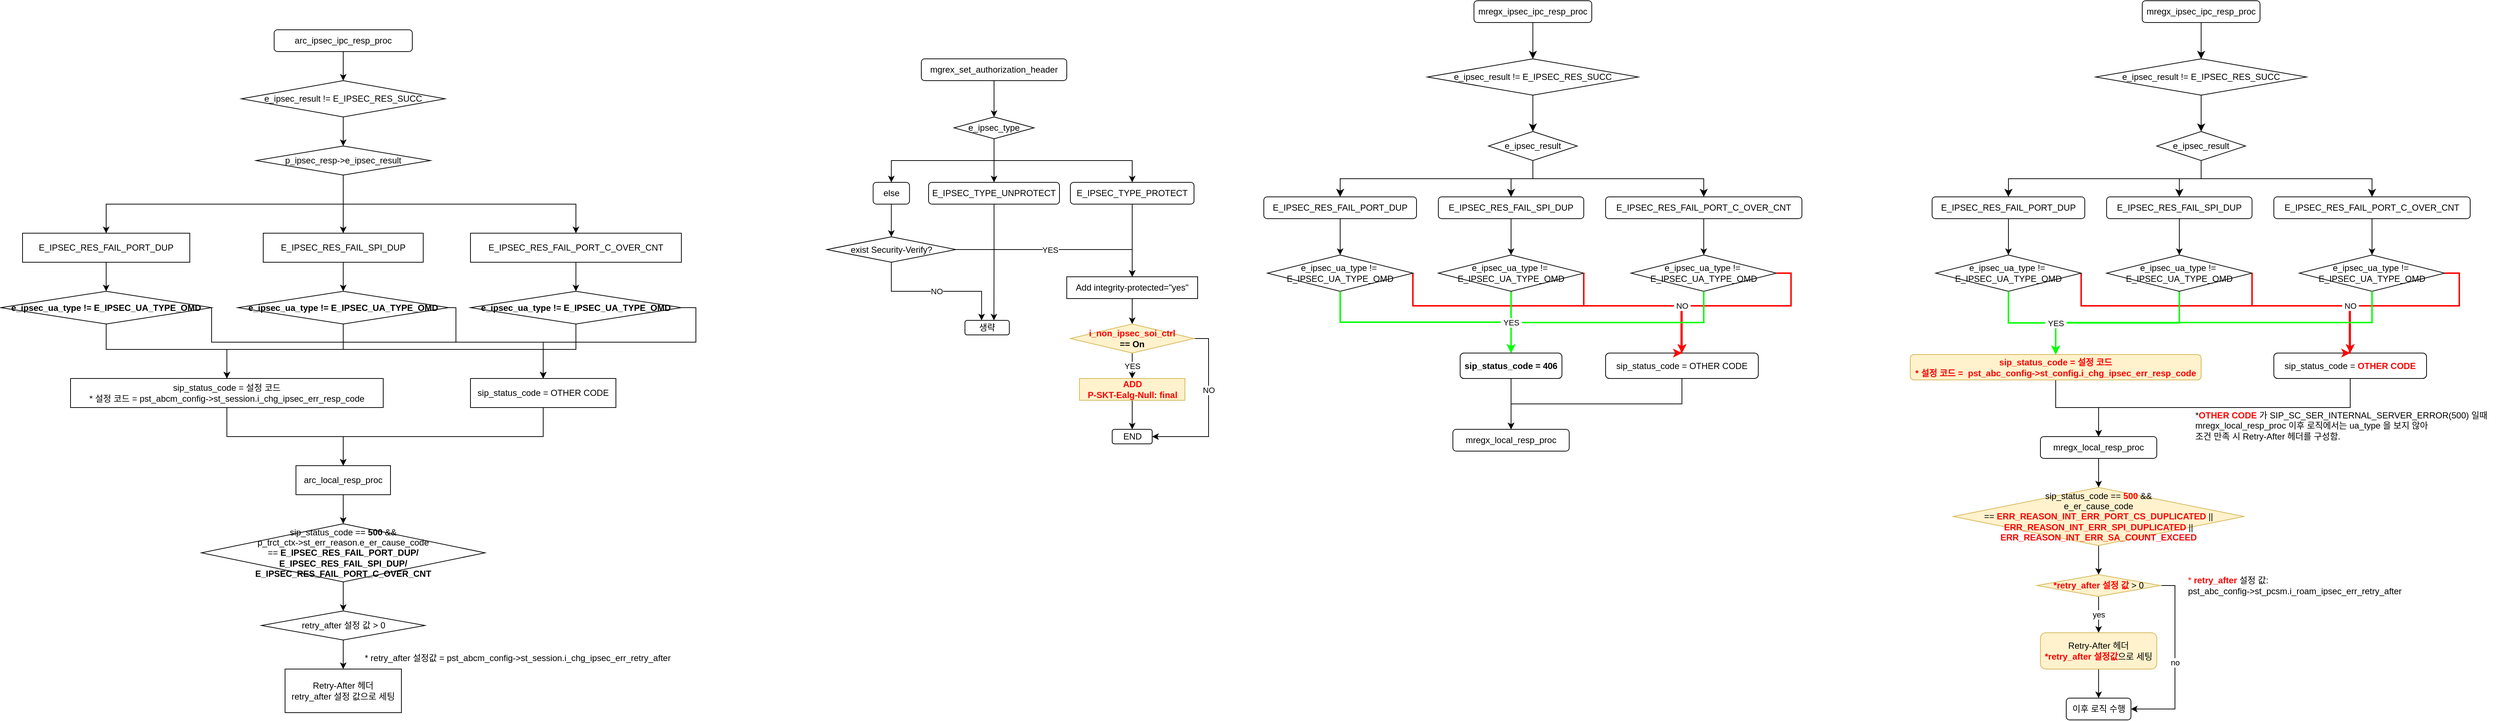
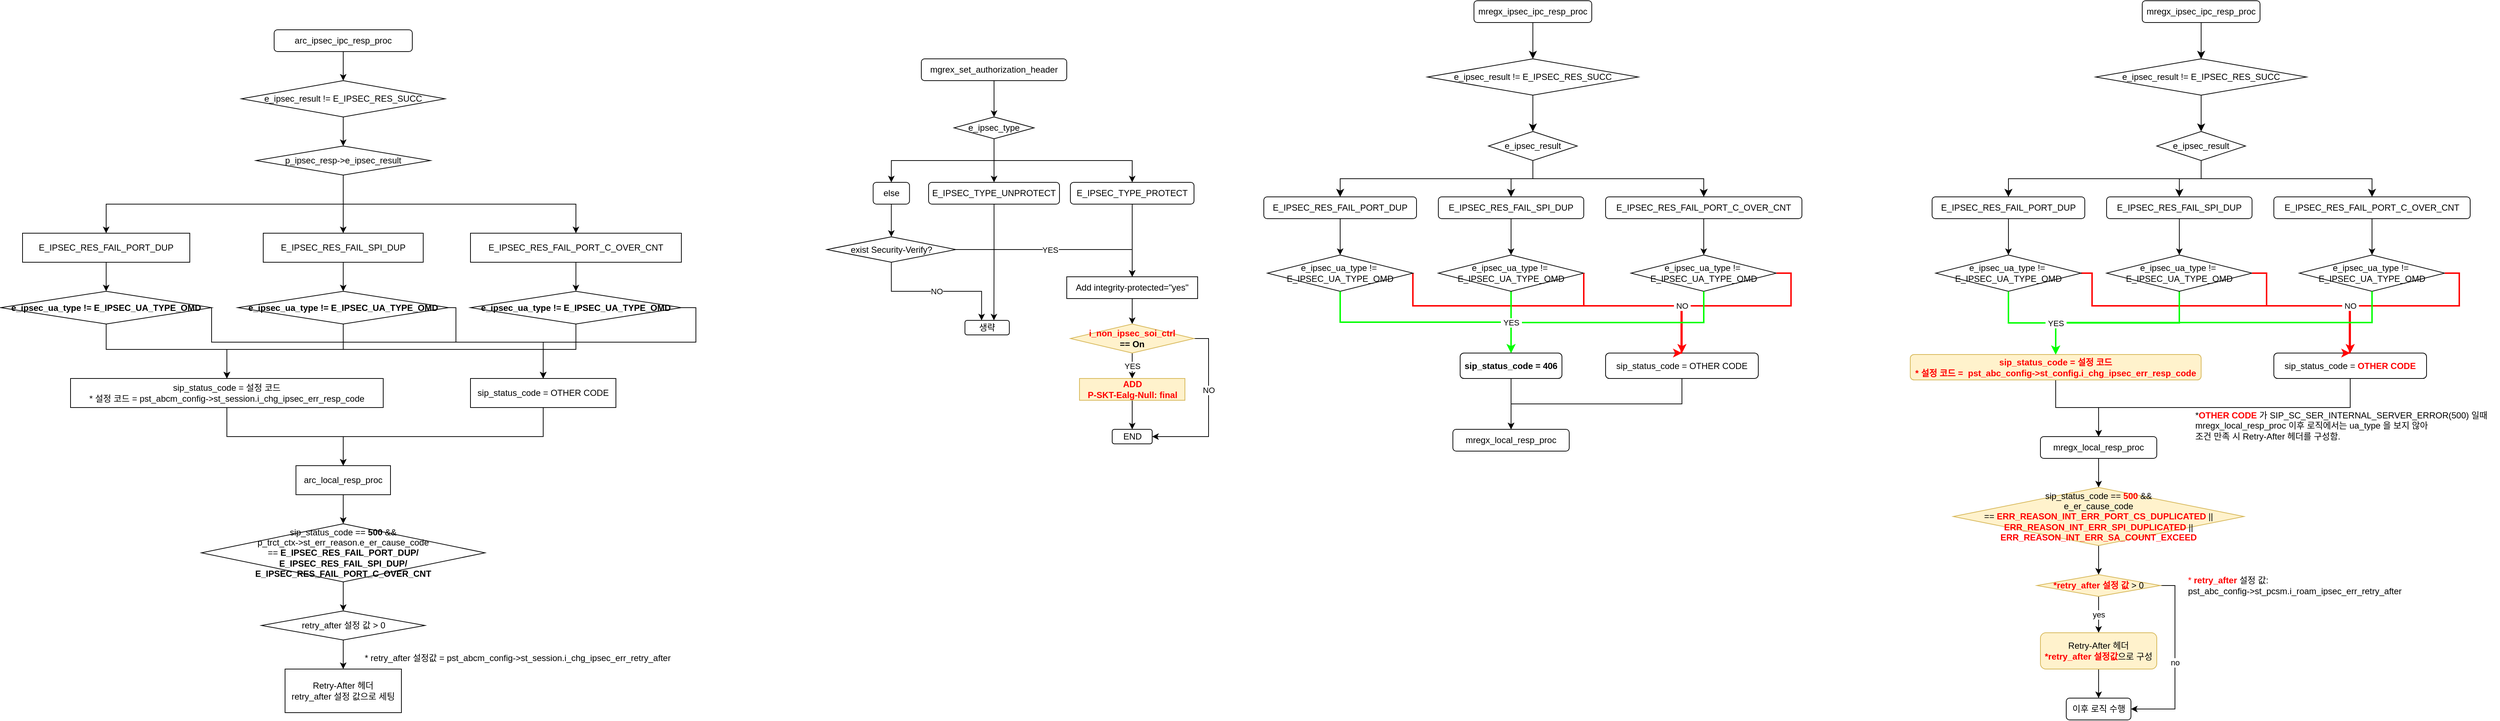
<mxfile host="app.diagrams.net">
  <diagram name="페이지-1" id="m8fQX8wD3sIqdr1Rjxz5">
-     <mxGraphModel dx="2057" dy="646" grid="1" gridSize="10" guides="1" tooltips="1" connect="1" arrows="1" fold="1" page="1" pageScale="1" pageWidth="827" pageHeight="1169" math="0" shadow="0">
+     <mxGraphModel dx="2064" dy="874" grid="0" gridSize="10" guides="1" tooltips="1" connect="1" arrows="1" fold="1" page="0" pageScale="1" pageWidth="827" pageHeight="1169" math="0" shadow="0">
      <root>
        <mxCell id="0" />
        <mxCell id="1" parent="0" />
        <mxCell id="ojS5_yHJFsPbv8XDm5Tb-1" edge="1" parent="1" source="ojS5_yHJFsPbv8XDm5Tb-2" style="edgeStyle=orthogonalEdgeStyle;rounded=0;orthogonalLoop=1;jettySize=auto;html=1;exitX=0.5;exitY=1;exitDx=0;exitDy=0;entryX=0.5;entryY=0;entryDx=0;entryDy=0;labelBackgroundColor=none;fontColor=default;" target="ojS5_yHJFsPbv8XDm5Tb-4">
          <mxGeometry relative="1" as="geometry" />
        </mxCell>
        <mxCell id="ojS5_yHJFsPbv8XDm5Tb-2" parent="1" style="rounded=1;whiteSpace=wrap;html=1;labelBackgroundColor=none;" value="arc_ipsec_ipc_resp_proc" vertex="1">
          <mxGeometry height="30" width="190" x="350" y="120" as="geometry" />
        </mxCell>
        <mxCell id="ojS5_yHJFsPbv8XDm5Tb-3" edge="1" parent="1" source="ojS5_yHJFsPbv8XDm5Tb-4" style="edgeStyle=orthogonalEdgeStyle;rounded=0;orthogonalLoop=1;jettySize=auto;html=1;exitX=0.5;exitY=1;exitDx=0;exitDy=0;entryX=0.5;entryY=0;entryDx=0;entryDy=0;labelBackgroundColor=none;fontColor=default;" target="ojS5_yHJFsPbv8XDm5Tb-8">
          <mxGeometry relative="1" as="geometry" />
        </mxCell>
        <mxCell id="ojS5_yHJFsPbv8XDm5Tb-4" parent="1" style="rhombus;whiteSpace=wrap;html=1;labelBackgroundColor=none;" value="e_ipsec_result != E_IPSEC_RES_SUCC" vertex="1">
          <mxGeometry height="50" width="280" x="305" y="190" as="geometry" />
        </mxCell>
        <mxCell id="ojS5_yHJFsPbv8XDm5Tb-5" edge="1" parent="1" source="ojS5_yHJFsPbv8XDm5Tb-8" style="edgeStyle=orthogonalEdgeStyle;rounded=0;orthogonalLoop=1;jettySize=auto;html=1;exitX=0.5;exitY=1;exitDx=0;exitDy=0;entryX=0.5;entryY=0;entryDx=0;entryDy=0;labelBackgroundColor=none;fontColor=default;" target="ojS5_yHJFsPbv8XDm5Tb-10">
          <mxGeometry relative="1" as="geometry" />
        </mxCell>
        <mxCell id="ojS5_yHJFsPbv8XDm5Tb-6" edge="1" parent="1" source="ojS5_yHJFsPbv8XDm5Tb-8" style="edgeStyle=orthogonalEdgeStyle;rounded=0;orthogonalLoop=1;jettySize=auto;html=1;exitX=0.5;exitY=1;exitDx=0;exitDy=0;entryX=0.5;entryY=0;entryDx=0;entryDy=0;labelBackgroundColor=none;fontColor=default;" target="ojS5_yHJFsPbv8XDm5Tb-12">
          <mxGeometry relative="1" as="geometry" />
        </mxCell>
        <mxCell id="ojS5_yHJFsPbv8XDm5Tb-7" edge="1" parent="1" source="ojS5_yHJFsPbv8XDm5Tb-8" style="edgeStyle=orthogonalEdgeStyle;rounded=0;orthogonalLoop=1;jettySize=auto;html=1;exitX=0.5;exitY=1;exitDx=0;exitDy=0;entryX=0.5;entryY=0;entryDx=0;entryDy=0;labelBackgroundColor=none;fontColor=default;" target="ojS5_yHJFsPbv8XDm5Tb-14">
          <mxGeometry relative="1" as="geometry" />
        </mxCell>
        <mxCell id="ojS5_yHJFsPbv8XDm5Tb-8" parent="1" style="rhombus;whiteSpace=wrap;html=1;labelBackgroundColor=none;" value="p_ipsec_resp-&amp;gt;e_ipsec_result" vertex="1">
          <mxGeometry height="40" width="240" x="325" y="280" as="geometry" />
        </mxCell>
        <mxCell id="ojS5_yHJFsPbv8XDm5Tb-9" edge="1" parent="1" source="ojS5_yHJFsPbv8XDm5Tb-10" style="edgeStyle=orthogonalEdgeStyle;rounded=0;orthogonalLoop=1;jettySize=auto;html=1;exitX=0.5;exitY=1;exitDx=0;exitDy=0;entryX=0.5;entryY=0;entryDx=0;entryDy=0;labelBackgroundColor=none;fontColor=default;" target="ojS5_yHJFsPbv8XDm5Tb-17">
          <mxGeometry relative="1" as="geometry" />
        </mxCell>
        <mxCell id="ojS5_yHJFsPbv8XDm5Tb-10" parent="1" style="rounded=0;whiteSpace=wrap;html=1;labelBackgroundColor=none;" value="E_IPSEC_RES_FAIL_PORT_DUP" vertex="1">
          <mxGeometry height="40" width="230" x="4" y="400" as="geometry" />
        </mxCell>
        <mxCell id="ojS5_yHJFsPbv8XDm5Tb-11" edge="1" parent="1" source="ojS5_yHJFsPbv8XDm5Tb-12" style="edgeStyle=orthogonalEdgeStyle;rounded=0;orthogonalLoop=1;jettySize=auto;html=1;exitX=0.5;exitY=1;exitDx=0;exitDy=0;entryX=0.5;entryY=0;entryDx=0;entryDy=0;labelBackgroundColor=none;fontColor=default;" target="ojS5_yHJFsPbv8XDm5Tb-20">
          <mxGeometry relative="1" as="geometry" />
        </mxCell>
        <mxCell id="ojS5_yHJFsPbv8XDm5Tb-12" parent="1" style="rounded=0;whiteSpace=wrap;html=1;labelBackgroundColor=none;" value="E_IPSEC_RES_FAIL_SPI_DUP" vertex="1">
          <mxGeometry height="40" width="220" x="335" y="400" as="geometry" />
        </mxCell>
        <mxCell id="ojS5_yHJFsPbv8XDm5Tb-13" edge="1" parent="1" source="ojS5_yHJFsPbv8XDm5Tb-14" style="edgeStyle=orthogonalEdgeStyle;rounded=0;orthogonalLoop=1;jettySize=auto;html=1;exitX=0.5;exitY=1;exitDx=0;exitDy=0;entryX=0.5;entryY=0;entryDx=0;entryDy=0;labelBackgroundColor=none;fontColor=default;" target="ojS5_yHJFsPbv8XDm5Tb-23">
          <mxGeometry relative="1" as="geometry" />
        </mxCell>
        <mxCell id="ojS5_yHJFsPbv8XDm5Tb-14" parent="1" style="rounded=0;whiteSpace=wrap;html=1;labelBackgroundColor=none;" value="E_IPSEC_RES_FAIL_PORT_C_OVER_CNT" vertex="1">
          <mxGeometry height="40" width="290" x="620" y="400" as="geometry" />
        </mxCell>
        <mxCell id="ojS5_yHJFsPbv8XDm5Tb-15" edge="1" parent="1" source="ojS5_yHJFsPbv8XDm5Tb-17" style="edgeStyle=orthogonalEdgeStyle;rounded=0;orthogonalLoop=1;jettySize=auto;html=1;exitX=1;exitY=0.5;exitDx=0;exitDy=0;entryX=0.5;entryY=0;entryDx=0;entryDy=0;labelBackgroundColor=none;fontColor=default;" target="ojS5_yHJFsPbv8XDm5Tb-27">
          <mxGeometry relative="1" as="geometry">
            <Array as="points">
              <mxPoint x="264" y="550" />
              <mxPoint x="720" y="550" />
            </Array>
          </mxGeometry>
        </mxCell>
        <mxCell id="ojS5_yHJFsPbv8XDm5Tb-16" edge="1" parent="1" source="ojS5_yHJFsPbv8XDm5Tb-17" style="edgeStyle=orthogonalEdgeStyle;rounded=0;orthogonalLoop=1;jettySize=auto;html=1;exitX=0.5;exitY=1;exitDx=0;exitDy=0;entryX=0.5;entryY=0;entryDx=0;entryDy=0;labelBackgroundColor=none;fontColor=default;" target="ojS5_yHJFsPbv8XDm5Tb-25">
          <mxGeometry relative="1" as="geometry">
            <Array as="points">
              <mxPoint x="119" y="560" />
              <mxPoint x="285" y="560" />
            </Array>
          </mxGeometry>
        </mxCell>
        <mxCell id="ojS5_yHJFsPbv8XDm5Tb-17" parent="1" style="rhombus;whiteSpace=wrap;html=1;labelBackgroundColor=none;" value="&lt;b&gt;e_ipsec_ua_type != E_IPSEC_UA_TYPE_OMD&lt;/b&gt;" vertex="1">
          <mxGeometry height="45" width="290" x="-26" y="480" as="geometry" />
        </mxCell>
        <mxCell id="ojS5_yHJFsPbv8XDm5Tb-18" edge="1" parent="1" source="ojS5_yHJFsPbv8XDm5Tb-20" style="edgeStyle=orthogonalEdgeStyle;rounded=0;orthogonalLoop=1;jettySize=auto;html=1;exitX=1;exitY=0.5;exitDx=0;exitDy=0;entryX=0.5;entryY=0;entryDx=0;entryDy=0;labelBackgroundColor=none;fontColor=default;" target="ojS5_yHJFsPbv8XDm5Tb-27">
          <mxGeometry relative="1" as="geometry">
            <Array as="points">
              <mxPoint x="600" y="503" />
              <mxPoint x="600" y="550" />
              <mxPoint x="720" y="550" />
            </Array>
          </mxGeometry>
        </mxCell>
        <mxCell id="ojS5_yHJFsPbv8XDm5Tb-19" edge="1" parent="1" source="ojS5_yHJFsPbv8XDm5Tb-20" style="edgeStyle=orthogonalEdgeStyle;rounded=0;orthogonalLoop=1;jettySize=auto;html=1;exitX=0.5;exitY=1;exitDx=0;exitDy=0;entryX=0.5;entryY=0;entryDx=0;entryDy=0;labelBackgroundColor=none;fontColor=default;" target="ojS5_yHJFsPbv8XDm5Tb-25">
          <mxGeometry relative="1" as="geometry">
            <Array as="points">
              <mxPoint x="445" y="560" />
              <mxPoint x="285" y="560" />
            </Array>
          </mxGeometry>
        </mxCell>
        <mxCell id="ojS5_yHJFsPbv8XDm5Tb-20" parent="1" style="rhombus;whiteSpace=wrap;html=1;labelBackgroundColor=none;" value="&lt;b&gt;e_ipsec_ua_type != E_IPSEC_UA_TYPE_OMD&lt;/b&gt;" vertex="1">
          <mxGeometry height="45" width="290" x="300" y="480" as="geometry" />
        </mxCell>
        <mxCell id="ojS5_yHJFsPbv8XDm5Tb-21" edge="1" parent="1" source="ojS5_yHJFsPbv8XDm5Tb-23" style="edgeStyle=orthogonalEdgeStyle;rounded=0;orthogonalLoop=1;jettySize=auto;html=1;exitX=1;exitY=0.5;exitDx=0;exitDy=0;entryX=0.5;entryY=0;entryDx=0;entryDy=0;labelBackgroundColor=none;fontColor=default;" target="ojS5_yHJFsPbv8XDm5Tb-27">
          <mxGeometry relative="1" as="geometry">
            <Array as="points">
              <mxPoint x="930" y="503" />
              <mxPoint x="930" y="550" />
              <mxPoint x="720" y="550" />
            </Array>
          </mxGeometry>
        </mxCell>
        <mxCell id="ojS5_yHJFsPbv8XDm5Tb-22" edge="1" parent="1" source="ojS5_yHJFsPbv8XDm5Tb-23" style="edgeStyle=orthogonalEdgeStyle;rounded=0;orthogonalLoop=1;jettySize=auto;html=1;exitX=0.5;exitY=1;exitDx=0;exitDy=0;entryX=0.5;entryY=0;entryDx=0;entryDy=0;labelBackgroundColor=none;fontColor=default;" target="ojS5_yHJFsPbv8XDm5Tb-25">
          <mxGeometry relative="1" as="geometry">
            <Array as="points">
              <mxPoint x="765" y="560" />
              <mxPoint x="285" y="560" />
            </Array>
          </mxGeometry>
        </mxCell>
        <mxCell id="ojS5_yHJFsPbv8XDm5Tb-23" parent="1" style="rhombus;whiteSpace=wrap;html=1;labelBackgroundColor=none;" value="&lt;b&gt;e_ipsec_ua_type != E_IPSEC_UA_TYPE_OMD&lt;/b&gt;" vertex="1">
          <mxGeometry height="45" width="290" x="620" y="480" as="geometry" />
        </mxCell>
        <mxCell id="ojS5_yHJFsPbv8XDm5Tb-24" edge="1" parent="1" source="ojS5_yHJFsPbv8XDm5Tb-25" style="edgeStyle=orthogonalEdgeStyle;rounded=0;orthogonalLoop=1;jettySize=auto;html=1;exitX=0.5;exitY=1;exitDx=0;exitDy=0;entryX=0.5;entryY=0;entryDx=0;entryDy=0;labelBackgroundColor=none;fontColor=default;" target="ojS5_yHJFsPbv8XDm5Tb-29">
          <mxGeometry relative="1" as="geometry" />
        </mxCell>
        <mxCell id="ojS5_yHJFsPbv8XDm5Tb-25" parent="1" style="rounded=0;whiteSpace=wrap;html=1;labelBackgroundColor=none;" value="sip_status_code = 설정 코드&lt;div&gt;* 설정 코드 = pst_abcm_config-&amp;gt;st_session.i_chg_ipsec_err_resp_code&lt;/div&gt;" vertex="1">
          <mxGeometry height="40" width="430" x="70" y="600" as="geometry" />
        </mxCell>
        <mxCell id="ojS5_yHJFsPbv8XDm5Tb-26" edge="1" parent="1" source="ojS5_yHJFsPbv8XDm5Tb-27" style="edgeStyle=orthogonalEdgeStyle;rounded=0;orthogonalLoop=1;jettySize=auto;html=1;exitX=0.5;exitY=1;exitDx=0;exitDy=0;entryX=0.5;entryY=0;entryDx=0;entryDy=0;labelBackgroundColor=none;fontColor=default;" target="ojS5_yHJFsPbv8XDm5Tb-29">
          <mxGeometry relative="1" as="geometry" />
        </mxCell>
        <mxCell id="ojS5_yHJFsPbv8XDm5Tb-27" parent="1" style="rounded=0;whiteSpace=wrap;html=1;labelBackgroundColor=none;" value="sip_status_code = OTHER CODE" vertex="1">
          <mxGeometry height="40" width="200" x="620" y="600" as="geometry" />
        </mxCell>
        <mxCell id="ojS5_yHJFsPbv8XDm5Tb-28" edge="1" parent="1" source="ojS5_yHJFsPbv8XDm5Tb-29" style="edgeStyle=orthogonalEdgeStyle;rounded=0;orthogonalLoop=1;jettySize=auto;html=1;exitX=0.5;exitY=1;exitDx=0;exitDy=0;entryX=0.5;entryY=0;entryDx=0;entryDy=0;labelBackgroundColor=none;fontColor=default;" target="ojS5_yHJFsPbv8XDm5Tb-31">
          <mxGeometry relative="1" as="geometry" />
        </mxCell>
        <mxCell id="ojS5_yHJFsPbv8XDm5Tb-29" parent="1" style="rounded=0;whiteSpace=wrap;html=1;labelBackgroundColor=none;" value="arc_local_resp_proc" vertex="1">
          <mxGeometry height="40" width="130" x="380" y="720" as="geometry" />
        </mxCell>
        <mxCell id="ojS5_yHJFsPbv8XDm5Tb-30" edge="1" parent="1" source="ojS5_yHJFsPbv8XDm5Tb-31" style="edgeStyle=orthogonalEdgeStyle;rounded=0;orthogonalLoop=1;jettySize=auto;html=1;exitX=0.5;exitY=1;exitDx=0;exitDy=0;entryX=0.5;entryY=0;entryDx=0;entryDy=0;labelBackgroundColor=none;fontColor=default;" target="ojS5_yHJFsPbv8XDm5Tb-33">
          <mxGeometry relative="1" as="geometry" />
        </mxCell>
        <mxCell id="ojS5_yHJFsPbv8XDm5Tb-31" parent="1" style="rhombus;whiteSpace=wrap;html=1;labelBackgroundColor=none;" value="sip_status_code == &lt;b&gt;500&lt;/b&gt; &amp;amp;&amp;amp;&lt;div&gt;p_trct_ctx-&amp;gt;st_err_reason.e_er_cause_code ==&amp;nbsp;&lt;span style=&quot;background-color: transparent; color: light-dark(rgb(0, 0, 0), rgb(255, 255, 255));&quot;&gt;&lt;b&gt;E_IPSEC_RES_FAIL_PORT_DUP/&lt;/b&gt;&lt;/span&gt;&lt;/div&gt;&lt;div&gt;&lt;b&gt;E_IPSEC_RES_FAIL_SPI_DUP/&lt;span style=&quot;background-color: transparent; color: light-dark(rgb(0, 0, 0), rgb(255, 255, 255));&quot;&gt;&lt;/span&gt;&lt;/b&gt;&lt;/div&gt;&lt;div&gt;&lt;b&gt;E_IPSEC_RES_FAIL_PORT_C_OVER_CNT&lt;/b&gt;&lt;/div&gt;" vertex="1">
          <mxGeometry height="80" width="390" x="250" y="800" as="geometry" />
        </mxCell>
        <mxCell id="ojS5_yHJFsPbv8XDm5Tb-32" edge="1" parent="1" source="ojS5_yHJFsPbv8XDm5Tb-33" style="edgeStyle=orthogonalEdgeStyle;rounded=0;orthogonalLoop=1;jettySize=auto;html=1;exitX=0.5;exitY=1;exitDx=0;exitDy=0;entryX=0.5;entryY=0;entryDx=0;entryDy=0;labelBackgroundColor=none;fontColor=default;" target="ojS5_yHJFsPbv8XDm5Tb-35">
          <mxGeometry relative="1" as="geometry" />
        </mxCell>
        <mxCell id="ojS5_yHJFsPbv8XDm5Tb-33" parent="1" style="rhombus;whiteSpace=wrap;html=1;labelBackgroundColor=none;" value="retry_after 설정 값 &amp;gt; 0" vertex="1">
          <mxGeometry height="40" width="225" x="332.5" y="920" as="geometry" />
        </mxCell>
        <mxCell id="ojS5_yHJFsPbv8XDm5Tb-34" parent="1" style="text;html=1;whiteSpace=wrap;strokeColor=none;fillColor=none;align=center;verticalAlign=middle;rounded=0;labelBackgroundColor=none;" value="* retry_after 설정값 =&amp;nbsp;pst_abcm_config-&amp;gt;st_session.i_chg_ipsec_err_retry_after" vertex="1">
          <mxGeometry height="30" width="450" x="460" y="970" as="geometry" />
        </mxCell>
        <mxCell id="ojS5_yHJFsPbv8XDm5Tb-35" parent="1" style="rounded=0;whiteSpace=wrap;html=1;labelBackgroundColor=none;" value="Retry-After 헤더&lt;div&gt;retry_after 설정 값으로 세팅&lt;/div&gt;" vertex="1">
          <mxGeometry height="60" width="160" x="365" y="1000" as="geometry" />
        </mxCell>
        <mxCell id="ojS5_yHJFsPbv8XDm5Tb-36" edge="1" parent="1" source="ojS5_yHJFsPbv8XDm5Tb-37" style="edgeStyle=orthogonalEdgeStyle;rounded=0;orthogonalLoop=1;jettySize=auto;html=1;exitX=0.5;exitY=1;exitDx=0;exitDy=0;entryX=0.5;entryY=0;entryDx=0;entryDy=0;labelBackgroundColor=none;fontColor=default;" target="ojS5_yHJFsPbv8XDm5Tb-41">
          <mxGeometry relative="1" as="geometry" />
        </mxCell>
        <mxCell id="ojS5_yHJFsPbv8XDm5Tb-37" parent="1" style="rounded=1;whiteSpace=wrap;html=1;labelBackgroundColor=none;" value="mgrex_set_authorization_header" vertex="1">
          <mxGeometry height="30" width="200" x="1240" y="160" as="geometry" />
        </mxCell>
        <mxCell id="ojS5_yHJFsPbv8XDm5Tb-38" edge="1" parent="1" source="ojS5_yHJFsPbv8XDm5Tb-41" style="edgeStyle=orthogonalEdgeStyle;rounded=0;orthogonalLoop=1;jettySize=auto;html=1;exitX=0.5;exitY=1;exitDx=0;exitDy=0;entryX=0.5;entryY=0;entryDx=0;entryDy=0;labelBackgroundColor=none;fontColor=default;" target="ojS5_yHJFsPbv8XDm5Tb-43">
          <mxGeometry relative="1" as="geometry" />
        </mxCell>
        <mxCell id="ojS5_yHJFsPbv8XDm5Tb-39" edge="1" parent="1" source="ojS5_yHJFsPbv8XDm5Tb-41" style="edgeStyle=orthogonalEdgeStyle;rounded=0;orthogonalLoop=1;jettySize=auto;html=1;exitX=0.5;exitY=1;exitDx=0;exitDy=0;entryX=0.5;entryY=0;entryDx=0;entryDy=0;labelBackgroundColor=none;fontColor=default;" target="ojS5_yHJFsPbv8XDm5Tb-45">
          <mxGeometry relative="1" as="geometry" />
        </mxCell>
        <mxCell id="ojS5_yHJFsPbv8XDm5Tb-40" edge="1" parent="1" source="ojS5_yHJFsPbv8XDm5Tb-41" style="edgeStyle=orthogonalEdgeStyle;rounded=0;orthogonalLoop=1;jettySize=auto;html=1;exitX=0.5;exitY=1;exitDx=0;exitDy=0;entryX=0.5;entryY=0;entryDx=0;entryDy=0;labelBackgroundColor=none;fontColor=default;" target="ojS5_yHJFsPbv8XDm5Tb-47">
          <mxGeometry relative="1" as="geometry" />
        </mxCell>
        <mxCell id="ojS5_yHJFsPbv8XDm5Tb-41" parent="1" style="rhombus;whiteSpace=wrap;html=1;labelBackgroundColor=none;" value="e_ipsec_type" vertex="1">
          <mxGeometry height="30" width="110" x="1285" y="240" as="geometry" />
        </mxCell>
        <mxCell id="ojS5_yHJFsPbv8XDm5Tb-42" edge="1" parent="1" source="ojS5_yHJFsPbv8XDm5Tb-43" style="edgeStyle=orthogonalEdgeStyle;rounded=0;orthogonalLoop=1;jettySize=auto;html=1;exitX=0.5;exitY=1;exitDx=0;exitDy=0;entryX=0.5;entryY=0;entryDx=0;entryDy=0;labelBackgroundColor=none;fontColor=default;" target="ojS5_yHJFsPbv8XDm5Tb-49">
          <mxGeometry relative="1" as="geometry" />
        </mxCell>
        <mxCell id="ojS5_yHJFsPbv8XDm5Tb-43" parent="1" style="rounded=1;whiteSpace=wrap;html=1;labelBackgroundColor=none;" value="E_IPSEC_TYPE_PROTECT" vertex="1">
          <mxGeometry height="30" width="170" x="1445" y="330" as="geometry" />
        </mxCell>
        <mxCell id="ojS5_yHJFsPbv8XDm5Tb-44" edge="1" parent="1" source="ojS5_yHJFsPbv8XDm5Tb-45" style="edgeStyle=orthogonalEdgeStyle;rounded=0;orthogonalLoop=1;jettySize=auto;html=1;exitX=0.5;exitY=1;exitDx=0;exitDy=0;entryX=0.653;entryY=0.002;entryDx=0;entryDy=0;entryPerimeter=0;" target="ojS5_yHJFsPbv8XDm5Tb-59">
          <mxGeometry relative="1" as="geometry">
            <mxPoint x="1339.9411764705883" y="520" as="targetPoint" />
          </mxGeometry>
        </mxCell>
        <mxCell id="ojS5_yHJFsPbv8XDm5Tb-45" parent="1" style="rounded=1;whiteSpace=wrap;html=1;labelBackgroundColor=none;" value="E_IPSEC_TYPE_UNPROTECT" vertex="1">
          <mxGeometry height="30" width="180" x="1250" y="330" as="geometry" />
        </mxCell>
        <mxCell id="ojS5_yHJFsPbv8XDm5Tb-46" edge="1" parent="1" source="ojS5_yHJFsPbv8XDm5Tb-47" style="edgeStyle=orthogonalEdgeStyle;rounded=0;orthogonalLoop=1;jettySize=auto;html=1;exitX=0.5;exitY=1;exitDx=0;exitDy=0;entryX=0.5;entryY=0;entryDx=0;entryDy=0;" target="ojS5_yHJFsPbv8XDm5Tb-58">
          <mxGeometry relative="1" as="geometry" />
        </mxCell>
        <mxCell id="ojS5_yHJFsPbv8XDm5Tb-47" parent="1" style="rounded=1;whiteSpace=wrap;html=1;labelBackgroundColor=none;" value="else" vertex="1">
          <mxGeometry height="30" width="50" x="1173.75" y="330" as="geometry" />
        </mxCell>
        <mxCell id="ojS5_yHJFsPbv8XDm5Tb-48" edge="1" parent="1" source="ojS5_yHJFsPbv8XDm5Tb-49" style="edgeStyle=orthogonalEdgeStyle;rounded=0;orthogonalLoop=1;jettySize=auto;html=1;exitX=0.5;exitY=1;exitDx=0;exitDy=0;entryX=0.5;entryY=0;entryDx=0;entryDy=0;" target="ojS5_yHJFsPbv8XDm5Tb-52">
          <mxGeometry relative="1" as="geometry" />
        </mxCell>
        <mxCell id="ojS5_yHJFsPbv8XDm5Tb-49" parent="1" style="rounded=0;whiteSpace=wrap;html=1;labelBackgroundColor=none;" value="Add integrity-protected=&quot;yes&quot;" vertex="1">
          <mxGeometry height="30" width="180" x="1440" y="460" as="geometry" />
        </mxCell>
        <mxCell id="ojS5_yHJFsPbv8XDm5Tb-50" edge="1" parent="1" source="ojS5_yHJFsPbv8XDm5Tb-52" style="edgeStyle=orthogonalEdgeStyle;rounded=0;orthogonalLoop=1;jettySize=auto;html=1;exitX=0.5;exitY=1;exitDx=0;exitDy=0;entryX=0.5;entryY=0;entryDx=0;entryDy=0;" target="ojS5_yHJFsPbv8XDm5Tb-54" value="YES">
          <mxGeometry relative="1" as="geometry" />
        </mxCell>
        <mxCell id="ojS5_yHJFsPbv8XDm5Tb-51" edge="1" parent="1" source="ojS5_yHJFsPbv8XDm5Tb-52" style="edgeStyle=orthogonalEdgeStyle;rounded=0;orthogonalLoop=1;jettySize=auto;html=1;exitX=1;exitY=0.5;exitDx=0;exitDy=0;entryX=1;entryY=0.5;entryDx=0;entryDy=0;" target="ojS5_yHJFsPbv8XDm5Tb-55" value="NO">
          <mxGeometry relative="1" x="-0.2233" as="geometry">
            <mxPoint as="offset" />
          </mxGeometry>
        </mxCell>
        <mxCell id="ojS5_yHJFsPbv8XDm5Tb-52" parent="1" style="rhombus;whiteSpace=wrap;html=1;fillColor=#fff2cc;strokeColor=#d6b656;" value="&lt;b&gt;&lt;font style=&quot;color: rgb(255, 0, 0);&quot;&gt;i_non_ipsec_soi_ctrl&lt;/font&gt;&lt;br&gt;== On&lt;/b&gt;" vertex="1">
          <mxGeometry height="40" width="170" x="1445" y="525" as="geometry" />
        </mxCell>
        <mxCell id="ojS5_yHJFsPbv8XDm5Tb-53" edge="1" parent="1" source="ojS5_yHJFsPbv8XDm5Tb-54" style="edgeStyle=orthogonalEdgeStyle;rounded=0;orthogonalLoop=1;jettySize=auto;html=1;exitX=0.5;exitY=1;exitDx=0;exitDy=0;entryX=0.5;entryY=0;entryDx=0;entryDy=0;" target="ojS5_yHJFsPbv8XDm5Tb-55">
          <mxGeometry relative="1" as="geometry" />
        </mxCell>
        <mxCell id="ojS5_yHJFsPbv8XDm5Tb-54" parent="1" style="rounded=0;whiteSpace=wrap;html=1;fillColor=#fff2cc;strokeColor=#d6b656;" value="&lt;b&gt;&lt;font style=&quot;color: rgb(255, 0, 0);&quot;&gt;ADD&lt;/font&gt;&lt;/b&gt;&lt;div&gt;&lt;b&gt;&lt;font style=&quot;color: rgb(255, 0, 0);&quot;&gt;P-SKT-Ealg-Null: final&lt;/font&gt;&lt;/b&gt;&lt;/div&gt;" vertex="1">
          <mxGeometry height="30" width="145" x="1457.5" y="600" as="geometry" />
        </mxCell>
        <mxCell id="ojS5_yHJFsPbv8XDm5Tb-55" parent="1" style="rounded=1;whiteSpace=wrap;html=1;" value="END" vertex="1">
          <mxGeometry height="20" width="55" x="1502.5" y="670" as="geometry" />
        </mxCell>
        <mxCell id="ojS5_yHJFsPbv8XDm5Tb-56" edge="1" parent="1" source="ojS5_yHJFsPbv8XDm5Tb-58" style="edgeStyle=orthogonalEdgeStyle;rounded=0;orthogonalLoop=1;jettySize=auto;html=1;exitX=1;exitY=0.5;exitDx=0;exitDy=0;entryX=0.5;entryY=0;entryDx=0;entryDy=0;" target="ojS5_yHJFsPbv8XDm5Tb-49" value="YES">
          <mxGeometry relative="1" x="-0.0774" as="geometry">
            <mxPoint as="offset" />
          </mxGeometry>
        </mxCell>
        <mxCell id="ojS5_yHJFsPbv8XDm5Tb-57" edge="1" parent="1" source="ojS5_yHJFsPbv8XDm5Tb-58" style="edgeStyle=orthogonalEdgeStyle;rounded=0;orthogonalLoop=1;jettySize=auto;html=1;exitX=0.5;exitY=1;exitDx=0;exitDy=0;entryX=0.375;entryY=-0.001;entryDx=0;entryDy=0;entryPerimeter=0;" target="ojS5_yHJFsPbv8XDm5Tb-59" value="NO">
          <mxGeometry relative="1" as="geometry">
            <mxPoint x="1175.1176470588234" y="520" as="targetPoint" />
          </mxGeometry>
        </mxCell>
        <mxCell id="ojS5_yHJFsPbv8XDm5Tb-58" parent="1" style="rhombus;whiteSpace=wrap;html=1;" value="exist&amp;nbsp;&lt;span style=&quot;background-color: transparent; color: light-dark(rgb(0, 0, 0), rgb(255, 255, 255));&quot;&gt;Security-Verify?&lt;/span&gt;" vertex="1">
          <mxGeometry height="35" width="177.5" x="1110" y="405" as="geometry" />
        </mxCell>
        <mxCell id="ojS5_yHJFsPbv8XDm5Tb-59" parent="1" style="rounded=1;whiteSpace=wrap;html=1;" value="생략" vertex="1">
          <mxGeometry height="20" width="61" x="1300" y="520" as="geometry" />
        </mxCell>
        <mxCell id="v6OCQPZjq4ElUTE85C_Q-3" edge="1" parent="1" source="v6OCQPZjq4ElUTE85C_Q-1" style="edgeStyle=none;curved=1;rounded=0;orthogonalLoop=1;jettySize=auto;html=1;exitX=0.5;exitY=1;exitDx=0;exitDy=0;entryX=0.5;entryY=0;entryDx=0;entryDy=0;fontSize=12;startSize=8;endSize=8;" target="v6OCQPZjq4ElUTE85C_Q-2">
          <mxGeometry relative="1" as="geometry" />
        </mxCell>
        <mxCell id="v6OCQPZjq4ElUTE85C_Q-1" parent="1" style="rounded=1;whiteSpace=wrap;html=1;" value="mregx_ipsec_ipc_resp_proc" vertex="1">
          <mxGeometry height="30" width="162" x="2000" y="80" as="geometry" />
        </mxCell>
        <mxCell id="v6OCQPZjq4ElUTE85C_Q-5" edge="1" parent="1" source="v6OCQPZjq4ElUTE85C_Q-2" style="edgeStyle=none;curved=1;rounded=0;orthogonalLoop=1;jettySize=auto;html=1;exitX=0.5;exitY=1;exitDx=0;exitDy=0;entryX=0.5;entryY=0;entryDx=0;entryDy=0;fontSize=12;startSize=8;endSize=8;" target="v6OCQPZjq4ElUTE85C_Q-4">
          <mxGeometry relative="1" as="geometry" />
        </mxCell>
        <mxCell id="v6OCQPZjq4ElUTE85C_Q-2" parent="1" style="rhombus;whiteSpace=wrap;html=1;" value="e_ipsec_result != E_IPSEC_RES_SUCC" vertex="1">
          <mxGeometry height="50" width="290" x="1936" y="160" as="geometry" />
        </mxCell>
        <mxCell id="v6OCQPZjq4ElUTE85C_Q-12" edge="1" parent="1" source="v6OCQPZjq4ElUTE85C_Q-4" style="edgeStyle=orthogonalEdgeStyle;rounded=0;orthogonalLoop=1;jettySize=auto;html=1;exitX=0.5;exitY=1;exitDx=0;exitDy=0;entryX=0.5;entryY=0;entryDx=0;entryDy=0;fontSize=12;startSize=8;endSize=8;" target="v6OCQPZjq4ElUTE85C_Q-7">
          <mxGeometry relative="1" as="geometry" />
        </mxCell>
        <mxCell id="v6OCQPZjq4ElUTE85C_Q-13" edge="1" parent="1" source="v6OCQPZjq4ElUTE85C_Q-4" style="edgeStyle=orthogonalEdgeStyle;rounded=0;orthogonalLoop=1;jettySize=auto;html=1;exitX=0.5;exitY=1;exitDx=0;exitDy=0;entryX=0.5;entryY=0;entryDx=0;entryDy=0;fontSize=12;startSize=8;endSize=8;" target="v6OCQPZjq4ElUTE85C_Q-8">
          <mxGeometry relative="1" as="geometry" />
        </mxCell>
        <mxCell id="v6OCQPZjq4ElUTE85C_Q-4" parent="1" style="rhombus;whiteSpace=wrap;html=1;" value="e_ipsec_result" vertex="1">
          <mxGeometry height="40" width="122" x="2020" y="260" as="geometry" />
        </mxCell>
        <mxCell id="NGHdp_gngWH9yrq0Q0_0-2" edge="1" parent="1" source="v6OCQPZjq4ElUTE85C_Q-6" style="edgeStyle=orthogonalEdgeStyle;rounded=0;orthogonalLoop=1;jettySize=auto;html=1;exitX=0.5;exitY=1;exitDx=0;exitDy=0;entryX=0.5;entryY=0;entryDx=0;entryDy=0;" target="NGHdp_gngWH9yrq0Q0_0-1">
          <mxGeometry relative="1" as="geometry" />
        </mxCell>
        <mxCell id="v6OCQPZjq4ElUTE85C_Q-6" parent="1" style="rounded=1;whiteSpace=wrap;html=1;" value="E_IPSEC_RES_FAIL_PORT_DUP" vertex="1">
          <mxGeometry height="30" width="210" x="1711" y="350" as="geometry" />
        </mxCell>
        <mxCell id="NGHdp_gngWH9yrq0Q0_0-5" edge="1" parent="1" source="v6OCQPZjq4ElUTE85C_Q-7" style="edgeStyle=orthogonalEdgeStyle;rounded=0;orthogonalLoop=1;jettySize=auto;html=1;exitX=0.5;exitY=1;exitDx=0;exitDy=0;entryX=0.5;entryY=0;entryDx=0;entryDy=0;" target="NGHdp_gngWH9yrq0Q0_0-3">
          <mxGeometry relative="1" as="geometry" />
        </mxCell>
        <mxCell id="v6OCQPZjq4ElUTE85C_Q-7" parent="1" style="rounded=1;whiteSpace=wrap;html=1;" value="E_IPSEC_RES_FAIL_SPI_DUP" vertex="1">
          <mxGeometry height="30" width="200" x="1951" y="350" as="geometry" />
        </mxCell>
        <mxCell id="NGHdp_gngWH9yrq0Q0_0-6" edge="1" parent="1" source="v6OCQPZjq4ElUTE85C_Q-8" style="edgeStyle=orthogonalEdgeStyle;rounded=0;orthogonalLoop=1;jettySize=auto;html=1;exitX=0.5;exitY=1;exitDx=0;exitDy=0;entryX=0.5;entryY=0;entryDx=0;entryDy=0;" target="NGHdp_gngWH9yrq0Q0_0-4">
          <mxGeometry relative="1" as="geometry" />
        </mxCell>
        <mxCell id="v6OCQPZjq4ElUTE85C_Q-8" parent="1" style="rounded=1;whiteSpace=wrap;html=1;" value="E_IPSEC_RES_FAIL_PORT_C_OVER_CNT" vertex="1">
          <mxGeometry height="30" width="270" x="2181" y="350" as="geometry" />
        </mxCell>
        <mxCell id="v6OCQPZjq4ElUTE85C_Q-11" edge="1" parent="1" source="v6OCQPZjq4ElUTE85C_Q-4" style="endArrow=classic;html=1;rounded=0;fontSize=12;startSize=8;endSize=8;exitX=0.5;exitY=1;exitDx=0;exitDy=0;entryX=0.5;entryY=0;entryDx=0;entryDy=0;edgeStyle=orthogonalEdgeStyle;" target="v6OCQPZjq4ElUTE85C_Q-6" value="">
          <mxGeometry height="50" relative="1" width="50" as="geometry">
            <mxPoint x="1920" y="280" as="sourcePoint" />
            <mxPoint x="1970" y="230" as="targetPoint" />
          </mxGeometry>
        </mxCell>
        <mxCell id="NGHdp_gngWH9yrq0Q0_0-10" edge="1" parent="1" source="NGHdp_gngWH9yrq0Q0_0-1" style="edgeStyle=orthogonalEdgeStyle;rounded=0;orthogonalLoop=1;jettySize=auto;html=1;exitX=1;exitY=0.5;exitDx=0;exitDy=0;entryX=0.5;entryY=0;entryDx=0;entryDy=0;strokeColor=light-dark(#FF0000,#FF0000);strokeWidth=2;" target="NGHdp_gngWH9yrq0Q0_0-9">
          <mxGeometry relative="1" as="geometry">
            <Array as="points">
              <mxPoint x="1916" y="500" />
              <mxPoint x="2286" y="500" />
            </Array>
          </mxGeometry>
        </mxCell>
        <mxCell id="NGHdp_gngWH9yrq0Q0_0-1" parent="1" style="rhombus;whiteSpace=wrap;html=1;" value="e_ipsec_ua_type !=&amp;nbsp;&lt;div&gt;E_IPSEC_UA_TYPE_OMD&lt;/div&gt;" vertex="1">
          <mxGeometry height="50" width="200" x="1716" y="430" as="geometry" />
        </mxCell>
        <mxCell id="NGHdp_gngWH9yrq0Q0_0-14" edge="1" parent="1" source="NGHdp_gngWH9yrq0Q0_0-3" style="edgeStyle=orthogonalEdgeStyle;rounded=0;orthogonalLoop=1;jettySize=auto;html=1;exitX=0.5;exitY=1;exitDx=0;exitDy=0;entryX=0.5;entryY=0;entryDx=0;entryDy=0;strokeColor=light-dark(#00FF00,#00FF00);strokeWidth=2;" target="NGHdp_gngWH9yrq0Q0_0-8">
          <mxGeometry relative="1" as="geometry">
            <mxPoint x="2070" y="540" as="targetPoint" />
          </mxGeometry>
        </mxCell>
        <mxCell id="NGHdp_gngWH9yrq0Q0_0-3" parent="1" style="rhombus;whiteSpace=wrap;html=1;" value="e_ipsec_ua_type !=&amp;nbsp;&lt;div&gt;E_IPSEC_UA_TYPE_OMD&lt;/div&gt;" vertex="1">
          <mxGeometry height="50" width="200" x="1951" y="430" as="geometry" />
        </mxCell>
        <mxCell id="NGHdp_gngWH9yrq0Q0_0-4" parent="1" style="rhombus;whiteSpace=wrap;html=1;" value="e_ipsec_ua_type !=&amp;nbsp;&lt;div&gt;E_IPSEC_UA_TYPE_OMD&lt;/div&gt;" vertex="1">
          <mxGeometry height="50" width="200" x="2216" y="430" as="geometry" />
        </mxCell>
        <mxCell id="NGHdp_gngWH9yrq0Q0_0-17" edge="1" parent="1" source="NGHdp_gngWH9yrq0Q0_0-8" style="edgeStyle=orthogonalEdgeStyle;rounded=0;orthogonalLoop=1;jettySize=auto;html=1;exitX=0.5;exitY=1;exitDx=0;exitDy=0;entryX=0.5;entryY=0;entryDx=0;entryDy=0;" target="NGHdp_gngWH9yrq0Q0_0-16">
          <mxGeometry relative="1" as="geometry" />
        </mxCell>
        <mxCell id="NGHdp_gngWH9yrq0Q0_0-8" parent="1" style="rounded=1;whiteSpace=wrap;html=1;" value="&lt;b&gt;&lt;font style=&quot;color: light-dark(rgb(0, 0, 0), rgb(255, 0, 0));&quot;&gt;sip_status_code = 406&lt;/font&gt;&lt;/b&gt;" vertex="1">
          <mxGeometry height="35" width="140" x="1981" y="565" as="geometry" />
        </mxCell>
        <mxCell id="NGHdp_gngWH9yrq0Q0_0-18" edge="1" parent="1" source="NGHdp_gngWH9yrq0Q0_0-9" style="edgeStyle=orthogonalEdgeStyle;rounded=0;orthogonalLoop=1;jettySize=auto;html=1;exitX=0.5;exitY=1;exitDx=0;exitDy=0;entryX=0.5;entryY=0;entryDx=0;entryDy=0;" target="NGHdp_gngWH9yrq0Q0_0-16">
          <mxGeometry relative="1" as="geometry" />
        </mxCell>
        <mxCell id="NGHdp_gngWH9yrq0Q0_0-9" parent="1" style="rounded=1;whiteSpace=wrap;html=1;" value="sip_status_code = OTHER CODE" vertex="1">
          <mxGeometry height="35" width="210" x="2181" y="565" as="geometry" />
        </mxCell>
        <mxCell id="NGHdp_gngWH9yrq0Q0_0-11" edge="1" parent="1" source="NGHdp_gngWH9yrq0Q0_0-3" style="edgeStyle=orthogonalEdgeStyle;rounded=0;orthogonalLoop=1;jettySize=auto;html=1;exitX=1;exitY=0.5;exitDx=0;exitDy=0;entryX=0.5;entryY=0;entryDx=0;entryDy=0;strokeWidth=2;strokeColor=light-dark(#FF0000,#FF0000);" target="NGHdp_gngWH9yrq0Q0_0-9">
          <mxGeometry relative="1" as="geometry">
            <Array as="points">
              <mxPoint x="2151" y="500" />
              <mxPoint x="2285" y="500" />
              <mxPoint x="2285" y="565" />
            </Array>
          </mxGeometry>
        </mxCell>
        <mxCell id="NGHdp_gngWH9yrq0Q0_0-12" edge="1" parent="1" source="NGHdp_gngWH9yrq0Q0_0-4" style="edgeStyle=orthogonalEdgeStyle;rounded=0;orthogonalLoop=1;jettySize=auto;html=1;exitX=1;exitY=0.5;exitDx=0;exitDy=0;entryX=0.5;entryY=0;entryDx=0;entryDy=0;strokeColor=light-dark(#FF0000,#FF0000);strokeWidth=2;" target="NGHdp_gngWH9yrq0Q0_0-9" value="&amp;nbsp;NO&amp;nbsp;">
          <mxGeometry relative="1" x="0.5357" as="geometry">
            <mxPoint as="offset" />
            <Array as="points">
              <mxPoint x="2436" y="455" />
              <mxPoint x="2436" y="500" />
              <mxPoint x="2286" y="500" />
            </Array>
          </mxGeometry>
        </mxCell>
        <mxCell id="NGHdp_gngWH9yrq0Q0_0-15" edge="1" parent="1" source="NGHdp_gngWH9yrq0Q0_0-4" style="edgeStyle=orthogonalEdgeStyle;rounded=0;orthogonalLoop=1;jettySize=auto;html=1;exitX=0.5;exitY=1;exitDx=0;exitDy=0;entryX=0.5;entryY=0;entryDx=0;entryDy=0;strokeColor=#00FF00;strokeWidth=2;" target="NGHdp_gngWH9yrq0Q0_0-8">
          <mxGeometry relative="1" as="geometry">
            <Array as="points">
              <mxPoint x="2316" y="523" />
              <mxPoint x="2051" y="523" />
            </Array>
          </mxGeometry>
        </mxCell>
        <mxCell id="NGHdp_gngWH9yrq0Q0_0-13" edge="1" parent="1" source="NGHdp_gngWH9yrq0Q0_0-1" style="edgeStyle=orthogonalEdgeStyle;rounded=0;orthogonalLoop=1;jettySize=auto;html=1;exitX=0.5;exitY=1;exitDx=0;exitDy=0;entryX=0.5;entryY=0;entryDx=0;entryDy=0;strokeColor=light-dark(#00FF00,#00FF00);strokeWidth=2;" target="NGHdp_gngWH9yrq0Q0_0-8" value="&amp;nbsp;YES&amp;nbsp;">
          <mxGeometry relative="1" x="0.7343" as="geometry">
            <mxPoint as="offset" />
          </mxGeometry>
        </mxCell>
        <mxCell id="NGHdp_gngWH9yrq0Q0_0-16" parent="1" style="rounded=1;whiteSpace=wrap;html=1;" value="mregx_local_resp_proc" vertex="1">
          <mxGeometry height="30" width="160" x="1971" y="670" as="geometry" />
        </mxCell>
        <mxCell id="NGHdp_gngWH9yrq0Q0_0-21" edge="1" parent="1" source="NGHdp_gngWH9yrq0Q0_0-22" style="edgeStyle=none;curved=1;rounded=0;orthogonalLoop=1;jettySize=auto;html=1;exitX=0.5;exitY=1;exitDx=0;exitDy=0;entryX=0.5;entryY=0;entryDx=0;entryDy=0;fontSize=12;startSize=8;endSize=8;" target="NGHdp_gngWH9yrq0Q0_0-24">
          <mxGeometry relative="1" as="geometry" />
        </mxCell>
        <mxCell id="NGHdp_gngWH9yrq0Q0_0-22" parent="1" style="rounded=1;whiteSpace=wrap;html=1;" value="mregx_ipsec_ipc_resp_proc" vertex="1">
          <mxGeometry height="30" width="162" x="2919" y="80" as="geometry" />
        </mxCell>
        <mxCell id="NGHdp_gngWH9yrq0Q0_0-23" edge="1" parent="1" source="NGHdp_gngWH9yrq0Q0_0-24" style="edgeStyle=none;curved=1;rounded=0;orthogonalLoop=1;jettySize=auto;html=1;exitX=0.5;exitY=1;exitDx=0;exitDy=0;entryX=0.5;entryY=0;entryDx=0;entryDy=0;fontSize=12;startSize=8;endSize=8;" target="NGHdp_gngWH9yrq0Q0_0-27">
          <mxGeometry relative="1" as="geometry" />
        </mxCell>
        <mxCell id="NGHdp_gngWH9yrq0Q0_0-24" parent="1" style="rhombus;whiteSpace=wrap;html=1;" value="e_ipsec_result != E_IPSEC_RES_SUCC" vertex="1">
          <mxGeometry height="50" width="290" x="2855" y="160" as="geometry" />
        </mxCell>
        <mxCell id="NGHdp_gngWH9yrq0Q0_0-25" edge="1" parent="1" source="NGHdp_gngWH9yrq0Q0_0-27" style="edgeStyle=orthogonalEdgeStyle;rounded=0;orthogonalLoop=1;jettySize=auto;html=1;exitX=0.5;exitY=1;exitDx=0;exitDy=0;entryX=0.5;entryY=0;entryDx=0;entryDy=0;fontSize=12;startSize=8;endSize=8;" target="NGHdp_gngWH9yrq0Q0_0-31">
          <mxGeometry relative="1" as="geometry" />
        </mxCell>
        <mxCell id="NGHdp_gngWH9yrq0Q0_0-26" edge="1" parent="1" source="NGHdp_gngWH9yrq0Q0_0-27" style="edgeStyle=orthogonalEdgeStyle;rounded=0;orthogonalLoop=1;jettySize=auto;html=1;exitX=0.5;exitY=1;exitDx=0;exitDy=0;entryX=0.5;entryY=0;entryDx=0;entryDy=0;fontSize=12;startSize=8;endSize=8;" target="NGHdp_gngWH9yrq0Q0_0-33">
          <mxGeometry relative="1" as="geometry" />
        </mxCell>
        <mxCell id="NGHdp_gngWH9yrq0Q0_0-27" parent="1" style="rhombus;whiteSpace=wrap;html=1;" value="e_ipsec_result" vertex="1">
          <mxGeometry height="40" width="122" x="2939" y="260" as="geometry" />
        </mxCell>
        <mxCell id="NGHdp_gngWH9yrq0Q0_0-28" edge="1" parent="1" source="NGHdp_gngWH9yrq0Q0_0-29" style="edgeStyle=orthogonalEdgeStyle;rounded=0;orthogonalLoop=1;jettySize=auto;html=1;exitX=0.5;exitY=1;exitDx=0;exitDy=0;entryX=0.5;entryY=0;entryDx=0;entryDy=0;" target="NGHdp_gngWH9yrq0Q0_0-36">
          <mxGeometry relative="1" as="geometry" />
        </mxCell>
        <mxCell id="NGHdp_gngWH9yrq0Q0_0-29" parent="1" style="rounded=1;whiteSpace=wrap;html=1;" value="E_IPSEC_RES_FAIL_PORT_DUP" vertex="1">
          <mxGeometry height="30" width="210" x="2630" y="350" as="geometry" />
        </mxCell>
        <mxCell id="NGHdp_gngWH9yrq0Q0_0-30" edge="1" parent="1" source="NGHdp_gngWH9yrq0Q0_0-31" style="edgeStyle=orthogonalEdgeStyle;rounded=0;orthogonalLoop=1;jettySize=auto;html=1;exitX=0.5;exitY=1;exitDx=0;exitDy=0;entryX=0.5;entryY=0;entryDx=0;entryDy=0;" target="NGHdp_gngWH9yrq0Q0_0-38">
          <mxGeometry relative="1" as="geometry" />
        </mxCell>
        <mxCell id="NGHdp_gngWH9yrq0Q0_0-31" parent="1" style="rounded=1;whiteSpace=wrap;html=1;" value="E_IPSEC_RES_FAIL_SPI_DUP" vertex="1">
          <mxGeometry height="30" width="200" x="2870" y="350" as="geometry" />
        </mxCell>
        <mxCell id="NGHdp_gngWH9yrq0Q0_0-32" edge="1" parent="1" source="NGHdp_gngWH9yrq0Q0_0-33" style="edgeStyle=orthogonalEdgeStyle;rounded=0;orthogonalLoop=1;jettySize=auto;html=1;exitX=0.5;exitY=1;exitDx=0;exitDy=0;entryX=0.5;entryY=0;entryDx=0;entryDy=0;" target="NGHdp_gngWH9yrq0Q0_0-39">
          <mxGeometry relative="1" as="geometry" />
        </mxCell>
        <mxCell id="NGHdp_gngWH9yrq0Q0_0-33" parent="1" style="rounded=1;whiteSpace=wrap;html=1;" value="E_IPSEC_RES_FAIL_PORT_C_OVER_CNT" vertex="1">
          <mxGeometry height="30" width="270" x="3100" y="350" as="geometry" />
        </mxCell>
        <mxCell id="NGHdp_gngWH9yrq0Q0_0-34" edge="1" parent="1" source="NGHdp_gngWH9yrq0Q0_0-27" style="endArrow=classic;html=1;rounded=0;fontSize=12;startSize=8;endSize=8;exitX=0.5;exitY=1;exitDx=0;exitDy=0;entryX=0.5;entryY=0;entryDx=0;entryDy=0;edgeStyle=orthogonalEdgeStyle;" target="NGHdp_gngWH9yrq0Q0_0-29" value="">
          <mxGeometry height="50" relative="1" width="50" as="geometry">
            <mxPoint x="2839" y="280" as="sourcePoint" />
            <mxPoint x="2889" y="230" as="targetPoint" />
          </mxGeometry>
        </mxCell>
        <mxCell id="NGHdp_gngWH9yrq0Q0_0-35" edge="1" parent="1" source="NGHdp_gngWH9yrq0Q0_0-36" style="edgeStyle=orthogonalEdgeStyle;rounded=0;orthogonalLoop=1;jettySize=auto;html=1;exitX=1;exitY=0.5;exitDx=0;exitDy=0;entryX=0.5;entryY=0;entryDx=0;entryDy=0;strokeColor=light-dark(#FF0000,#FF0000);strokeWidth=2;" target="NGHdp_gngWH9yrq0Q0_0-43">
          <mxGeometry relative="1" as="geometry">
            <Array as="points">
-               <mxPoint x="2835" y="500" />
+               <mxPoint x="2850" y="455" />
+               <mxPoint x="2850" y="500" />
              <mxPoint x="3205" y="500" />
            </Array>
          </mxGeometry>
        </mxCell>
        <mxCell id="NGHdp_gngWH9yrq0Q0_0-36" parent="1" style="rhombus;whiteSpace=wrap;html=1;" value="e_ipsec_ua_type !=&amp;nbsp;&lt;div&gt;E_IPSEC_UA_TYPE_OMD&lt;/div&gt;" vertex="1">
          <mxGeometry height="50" width="200" x="2635" y="430" as="geometry" />
        </mxCell>
        <mxCell id="NGHdp_gngWH9yrq0Q0_0-37" edge="1" parent="1" source="NGHdp_gngWH9yrq0Q0_0-38" style="edgeStyle=orthogonalEdgeStyle;rounded=0;orthogonalLoop=1;jettySize=auto;html=1;exitX=0.5;exitY=1;exitDx=0;exitDy=0;entryX=0.5;entryY=0;entryDx=0;entryDy=0;strokeColor=light-dark(#00FF00,#00FF00);strokeWidth=2;" target="NGHdp_gngWH9yrq0Q0_0-41">
          <mxGeometry relative="1" as="geometry">
            <mxPoint x="2989" y="540" as="targetPoint" />
          </mxGeometry>
        </mxCell>
        <mxCell id="NGHdp_gngWH9yrq0Q0_0-38" parent="1" style="rhombus;whiteSpace=wrap;html=1;" value="e_ipsec_ua_type !=&amp;nbsp;&lt;div&gt;E_IPSEC_UA_TYPE_OMD&lt;/div&gt;" vertex="1">
          <mxGeometry height="50" width="200" x="2870" y="430" as="geometry" />
        </mxCell>
        <mxCell id="NGHdp_gngWH9yrq0Q0_0-39" parent="1" style="rhombus;whiteSpace=wrap;html=1;" value="e_ipsec_ua_type !=&amp;nbsp;&lt;div&gt;E_IPSEC_UA_TYPE_OMD&lt;/div&gt;" vertex="1">
          <mxGeometry height="50" width="200" x="3135" y="430" as="geometry" />
        </mxCell>
        <mxCell id="NGHdp_gngWH9yrq0Q0_0-40" edge="1" parent="1" source="NGHdp_gngWH9yrq0Q0_0-41" style="edgeStyle=orthogonalEdgeStyle;rounded=0;orthogonalLoop=1;jettySize=auto;html=1;exitX=0.5;exitY=1;exitDx=0;exitDy=0;entryX=0.5;entryY=0;entryDx=0;entryDy=0;" target="NGHdp_gngWH9yrq0Q0_0-48">
          <mxGeometry relative="1" as="geometry">
            <Array as="points">
              <mxPoint x="2800" y="640" />
              <mxPoint x="2859" y="640" />
            </Array>
          </mxGeometry>
        </mxCell>
        <mxCell id="NGHdp_gngWH9yrq0Q0_0-41" parent="1" style="rounded=1;whiteSpace=wrap;html=1;fillColor=#fff2cc;strokeColor=#d6b656;" value="&lt;b&gt;&lt;font style=&quot;color: light-dark(rgb(255, 0, 0), rgb(255, 0, 0));&quot;&gt;sip_status_code = 설정 코드&lt;/font&gt;&lt;/b&gt;&lt;div&gt;&lt;font style=&quot;color: light-dark(rgb(255, 0, 0), rgb(255, 0, 0));&quot;&gt;&lt;b&gt;* 설정 코드 =&amp;nbsp;&amp;nbsp;&lt;/b&gt;&lt;span style=&quot;background-color: transparent;&quot;&gt;&lt;b&gt;pst_abc_config-&amp;gt;st_config.i_chg_ipsec_err_resp_code&lt;/b&gt;&lt;/span&gt;&lt;/font&gt;&lt;/div&gt;" vertex="1">
          <mxGeometry height="35" width="400" x="2600" y="567" as="geometry" />
        </mxCell>
        <mxCell id="NGHdp_gngWH9yrq0Q0_0-42" edge="1" parent="1" source="NGHdp_gngWH9yrq0Q0_0-43" style="edgeStyle=orthogonalEdgeStyle;rounded=0;orthogonalLoop=1;jettySize=auto;html=1;exitX=0.5;exitY=1;exitDx=0;exitDy=0;entryX=0.5;entryY=0;entryDx=0;entryDy=0;" target="NGHdp_gngWH9yrq0Q0_0-48">
          <mxGeometry relative="1" as="geometry" />
        </mxCell>
        <mxCell id="NGHdp_gngWH9yrq0Q0_0-43" parent="1" style="rounded=1;whiteSpace=wrap;html=1;" value="sip_status_code = &lt;b&gt;&lt;font style=&quot;color: light-dark(rgb(255, 0, 0), rgb(255, 0, 0));&quot;&gt;OTHER CODE&lt;/font&gt;&lt;/b&gt;" vertex="1">
          <mxGeometry height="35" width="210" x="3100" y="565" as="geometry" />
        </mxCell>
        <mxCell id="NGHdp_gngWH9yrq0Q0_0-44" edge="1" parent="1" source="NGHdp_gngWH9yrq0Q0_0-38" style="edgeStyle=orthogonalEdgeStyle;rounded=0;orthogonalLoop=1;jettySize=auto;html=1;exitX=1;exitY=0.5;exitDx=0;exitDy=0;entryX=0.5;entryY=0;entryDx=0;entryDy=0;strokeWidth=2;strokeColor=light-dark(#FF0000,#FF0000);" target="NGHdp_gngWH9yrq0Q0_0-43">
          <mxGeometry relative="1" as="geometry">
            <Array as="points">
-               <mxPoint x="3070" y="500" />
+               <mxPoint x="3090" y="455" />
+               <mxPoint x="3090" y="500" />
              <mxPoint x="3204" y="500" />
              <mxPoint x="3204" y="565" />
            </Array>
          </mxGeometry>
        </mxCell>
        <mxCell id="NGHdp_gngWH9yrq0Q0_0-45" edge="1" parent="1" source="NGHdp_gngWH9yrq0Q0_0-39" style="edgeStyle=orthogonalEdgeStyle;rounded=0;orthogonalLoop=1;jettySize=auto;html=1;exitX=1;exitY=0.5;exitDx=0;exitDy=0;entryX=0.5;entryY=0;entryDx=0;entryDy=0;strokeColor=light-dark(#FF0000,#FF0000);strokeWidth=2;" target="NGHdp_gngWH9yrq0Q0_0-43" value="&amp;nbsp;NO&amp;nbsp;">
          <mxGeometry relative="1" x="0.5357" as="geometry">
            <mxPoint as="offset" />
            <Array as="points">
              <mxPoint x="3355" y="455" />
              <mxPoint x="3355" y="500" />
              <mxPoint x="3205" y="500" />
            </Array>
          </mxGeometry>
        </mxCell>
        <mxCell id="NGHdp_gngWH9yrq0Q0_0-46" edge="1" parent="1" source="NGHdp_gngWH9yrq0Q0_0-39" style="edgeStyle=orthogonalEdgeStyle;rounded=0;orthogonalLoop=1;jettySize=auto;html=1;exitX=0.5;exitY=1;exitDx=0;exitDy=0;entryX=0.5;entryY=0;entryDx=0;entryDy=0;strokeColor=#00FF00;strokeWidth=2;" target="NGHdp_gngWH9yrq0Q0_0-41">
          <mxGeometry relative="1" as="geometry">
            <Array as="points">
              <mxPoint x="3235" y="523" />
              <mxPoint x="2800" y="523" />
            </Array>
          </mxGeometry>
        </mxCell>
        <mxCell id="NGHdp_gngWH9yrq0Q0_0-47" edge="1" parent="1" source="NGHdp_gngWH9yrq0Q0_0-36" style="edgeStyle=orthogonalEdgeStyle;rounded=0;orthogonalLoop=1;jettySize=auto;html=1;exitX=0.5;exitY=1;exitDx=0;exitDy=0;entryX=0.5;entryY=0;entryDx=0;entryDy=0;strokeColor=light-dark(#00FF00,#00FF00);strokeWidth=2;" target="NGHdp_gngWH9yrq0Q0_0-41" value="&amp;nbsp;YES&amp;nbsp;">
          <mxGeometry relative="1" x="0.4268" as="geometry">
            <mxPoint as="offset" />
          </mxGeometry>
        </mxCell>
        <mxCell id="NGHdp_gngWH9yrq0Q0_0-51" edge="1" parent="1" source="NGHdp_gngWH9yrq0Q0_0-48" style="edgeStyle=orthogonalEdgeStyle;rounded=0;orthogonalLoop=1;jettySize=auto;html=1;exitX=0.5;exitY=1;exitDx=0;exitDy=0;entryX=0.5;entryY=0;entryDx=0;entryDy=0;" target="NGHdp_gngWH9yrq0Q0_0-50">
          <mxGeometry relative="1" as="geometry" />
        </mxCell>
        <mxCell id="NGHdp_gngWH9yrq0Q0_0-48" parent="1" style="rounded=1;whiteSpace=wrap;html=1;" value="mregx_local_resp_proc" vertex="1">
          <mxGeometry height="30" width="160" x="2779" y="680" as="geometry" />
        </mxCell>
        <mxCell id="NGHdp_gngWH9yrq0Q0_0-49" parent="1" style="text;html=1;whiteSpace=wrap;strokeColor=none;fillColor=none;align=left;verticalAlign=middle;rounded=0;" value="&lt;div style=&quot;text-align: justify;&quot;&gt;&lt;span style=&quot;background-color: transparent; color: light-dark(rgb(0, 0, 0), rgb(255, 255, 255));&quot;&gt;*&lt;/span&gt;&lt;b style=&quot;background-color: transparent; color: light-dark(rgb(0, 0, 0), rgb(255, 255, 255));&quot;&gt;&lt;font style=&quot;color: light-dark(rgb(255, 0, 0), rgb(255, 0, 0));&quot;&gt;OTHER CODE&lt;/font&gt;&lt;/b&gt;&lt;span style=&quot;background-color: transparent; color: light-dark(rgb(0, 0, 0), rgb(255, 255, 255));&quot;&gt; 가&amp;nbsp;SIP_SC_SER_INTERNAL_SERVER_ERROR(500) 일때&amp;nbsp;&lt;/span&gt;&lt;/div&gt;&lt;div&gt;&lt;div style=&quot;text-align: justify;&quot;&gt;&lt;span style=&quot;background-color: transparent; color: light-dark(rgb(0, 0, 0), rgb(255, 255, 255));&quot;&gt;mregx_local_resp_proc 이후 로직에서는 ua_type 을 보지 않아&lt;/span&gt;&lt;/div&gt;&lt;div style=&quot;text-align: justify;&quot;&gt;&lt;span style=&quot;background-color: transparent; color: light-dark(rgb(0, 0, 0), rgb(255, 255, 255));&quot;&gt;조건 만족 시 Retry-After 헤더를 구성함.&lt;/span&gt;&lt;/div&gt;&lt;/div&gt;" vertex="1">
          <mxGeometry height="30" width="420" x="2990" y="650" as="geometry" />
        </mxCell>
        <mxCell id="NGHdp_gngWH9yrq0Q0_0-55" edge="1" parent="1" source="NGHdp_gngWH9yrq0Q0_0-50" style="edgeStyle=orthogonalEdgeStyle;rounded=0;orthogonalLoop=1;jettySize=auto;html=1;exitX=0.5;exitY=1;exitDx=0;exitDy=0;entryX=0.5;entryY=0;entryDx=0;entryDy=0;" target="NGHdp_gngWH9yrq0Q0_0-52">
          <mxGeometry relative="1" as="geometry" />
        </mxCell>
        <mxCell id="NGHdp_gngWH9yrq0Q0_0-50" parent="1" style="rhombus;whiteSpace=wrap;html=1;fillColor=#fff2cc;strokeColor=#d6b656;" value="sip_status_code == &lt;font style=&quot;color: light-dark(rgb(255, 0, 0), rgb(255, 0, 0));&quot;&gt;&lt;b&gt;500&lt;/b&gt;&lt;/font&gt; &amp;amp;&amp;amp;&lt;div&gt;e_er_cause_code ==&amp;nbsp;&lt;font style=&quot;color: light-dark(rgb(255, 0, 0), rgb(255, 0, 0));&quot;&gt;&lt;b&gt;ERR_REASON_INT_ERR_PORT_CS_DUPLICATED&lt;/b&gt;&lt;/font&gt; ||&lt;/div&gt;&lt;div&gt;&lt;font style=&quot;color: light-dark(rgb(255, 0, 0), rgb(255, 0, 0));&quot;&gt;&lt;b&gt;ERR_REASON_INT_ERR_SPI_DUPLICATED&lt;/b&gt;&lt;/font&gt; ||&lt;/div&gt;&lt;div&gt;&lt;b&gt;&lt;font style=&quot;color: light-dark(rgb(255, 0, 0), rgb(255, 0, 0));&quot;&gt;ERR_REASON_INT_ERR_SA_COUNT_EXCEED&lt;/font&gt;&lt;/b&gt;&lt;/div&gt;" vertex="1">
          <mxGeometry height="80" width="400" x="2659" y="750" as="geometry" />
        </mxCell>
        <mxCell id="NGHdp_gngWH9yrq0Q0_0-58" edge="1" parent="1" source="NGHdp_gngWH9yrq0Q0_0-52" style="edgeStyle=orthogonalEdgeStyle;rounded=0;orthogonalLoop=1;jettySize=auto;html=1;exitX=0.5;exitY=1;exitDx=0;exitDy=0;entryX=0.5;entryY=0;entryDx=0;entryDy=0;" target="NGHdp_gngWH9yrq0Q0_0-57" value="yes">
          <mxGeometry relative="1" as="geometry" />
        </mxCell>
        <mxCell id="NGHdp_gngWH9yrq0Q0_0-59" edge="1" parent="1" source="NGHdp_gngWH9yrq0Q0_0-52" style="edgeStyle=orthogonalEdgeStyle;rounded=0;orthogonalLoop=1;jettySize=auto;html=1;exitX=1;exitY=0.5;exitDx=0;exitDy=0;entryX=1;entryY=0.5;entryDx=0;entryDy=0;" target="NGHdp_gngWH9yrq0Q0_0-56" value="no">
          <mxGeometry relative="1" as="geometry" />
        </mxCell>
        <mxCell id="NGHdp_gngWH9yrq0Q0_0-52" parent="1" style="rhombus;whiteSpace=wrap;html=1;fillColor=#fff2cc;strokeColor=#d6b656;" value="&lt;font style=&quot;color: light-dark(rgb(255, 0, 0), rgb(255, 0, 0));&quot;&gt;&lt;b&gt;*retry_after 설정 값&lt;/b&gt;&lt;/font&gt; &amp;gt; 0" vertex="1">
          <mxGeometry height="30" width="170" x="2774" y="870" as="geometry" />
        </mxCell>
        <mxCell id="NGHdp_gngWH9yrq0Q0_0-54" parent="1" style="text;html=1;whiteSpace=wrap;strokeColor=none;fillColor=none;align=left;verticalAlign=middle;rounded=0;" value="&lt;div style=&quot;text-align: justify;&quot;&gt;&lt;span style=&quot;background-color: transparent;&quot;&gt;&lt;font style=&quot;color: light-dark(rgb(255, 0, 0), rgb(255, 0, 0));&quot;&gt;* &lt;/font&gt;&lt;b style=&quot;&quot;&gt;&lt;font style=&quot;color: light-dark(rgb(255, 0, 0), rgb(255, 0, 0));&quot;&gt;retry_after&lt;/font&gt;&lt;/b&gt;&lt;font style=&quot;color: light-dark(rgb(255, 0, 0), rgb(255, 0, 0));&quot;&gt; &lt;/font&gt;&lt;font style=&quot;color: light-dark(rgb(0, 0, 0), rgb(255, 0, 0));&quot;&gt;설정 값:&lt;/font&gt;&lt;/span&gt;&lt;/div&gt;&lt;div style=&quot;text-align: justify;&quot;&gt;&lt;span style=&quot;background-color: transparent; color: light-dark(rgb(0, 0, 0), rgb(255, 255, 255));&quot;&gt;pst_abc_config-&amp;gt;st_pcsm.i_roam_ipsec_err_retry_after&lt;/span&gt;&lt;/div&gt;" vertex="1">
          <mxGeometry height="30" width="340" x="2980" y="870" as="geometry" />
        </mxCell>
        <mxCell id="NGHdp_gngWH9yrq0Q0_0-56" parent="1" style="rounded=1;whiteSpace=wrap;html=1;" value="이후 로직 수행" vertex="1">
          <mxGeometry height="30" width="89" x="2814.5" y="1040" as="geometry" />
        </mxCell>
        <mxCell id="NGHdp_gngWH9yrq0Q0_0-60" edge="1" parent="1" source="NGHdp_gngWH9yrq0Q0_0-57" style="edgeStyle=orthogonalEdgeStyle;rounded=0;orthogonalLoop=1;jettySize=auto;html=1;exitX=0.5;exitY=1;exitDx=0;exitDy=0;entryX=0.5;entryY=0;entryDx=0;entryDy=0;" target="NGHdp_gngWH9yrq0Q0_0-56">
          <mxGeometry relative="1" as="geometry" />
        </mxCell>
-         <mxCell id="NGHdp_gngWH9yrq0Q0_0-57" parent="1" style="rounded=1;whiteSpace=wrap;html=1;fillColor=#fff2cc;strokeColor=#d6b656;" value="Retry-After 헤더&lt;br&gt;&lt;b&gt;&lt;font style=&quot;color: light-dark(rgb(255, 0, 0), rgb(255, 0, 0));&quot;&gt;*retry_after 설정값&lt;/font&gt;&lt;/b&gt;으로 세팅" vertex="1">
+         <mxCell id="NGHdp_gngWH9yrq0Q0_0-57" parent="1" style="rounded=1;whiteSpace=wrap;html=1;fillColor=#fff2cc;strokeColor=#d6b656;" value="Retry-After 헤더&lt;br&gt;&lt;b&gt;&lt;font style=&quot;color: light-dark(rgb(255, 0, 0), rgb(255, 0, 0));&quot;&gt;*retry_after 설정값&lt;/font&gt;&lt;/b&gt;으로 구성" vertex="1">
          <mxGeometry height="50" width="160" x="2779" y="950" as="geometry" />
        </mxCell>
      </root>
    </mxGraphModel>
  </diagram>
</mxfile>
